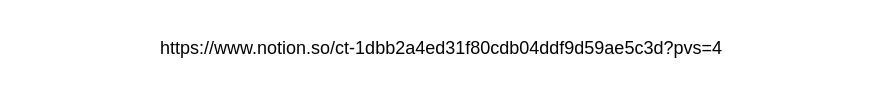
zalexdevon/heart_attack_in_usa keeps this draw.io diagram as bai_lam.drawio. Above is the earlier version. Source tidied: cells renumbered, new cells numbered last; positions are measured from the earlier drawing's top-left corner, leaving out a move shared by most shapes. Both pictures are drawn from the tidied source at 150%, with x=0, y=0 at pixel (26, 26).
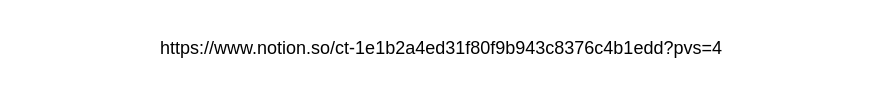
After the change.

Change to the diagram source:
```diff
@@
 <mxGraphModel>
   <root>
     <mxCell id="0" />
     <mxCell id="1" parent="0" />
-    <mxCell id="2" value="https://www.notion.so/ct-1dbb2a4ed31f80cdb04ddf9d59ae5c3d?pvs=4" style="text;html=1;align=center;verticalAlign=middle;whiteSpace=wrap;rounded=0;" parent="1" vertex="1">
+    <mxCell id="2" value="https://www.notion.so/ct-1e1b2a4ed31f80f9b943c8376c4b1edd?pvs=4" style="text;html=1;align=center;verticalAlign=middle;whiteSpace=wrap;rounded=0;" parent="1" vertex="1">
       <mxGeometry width="554" height="30" as="geometry" />
     </mxCell>
   </root>
 </mxGraphModel>
```
